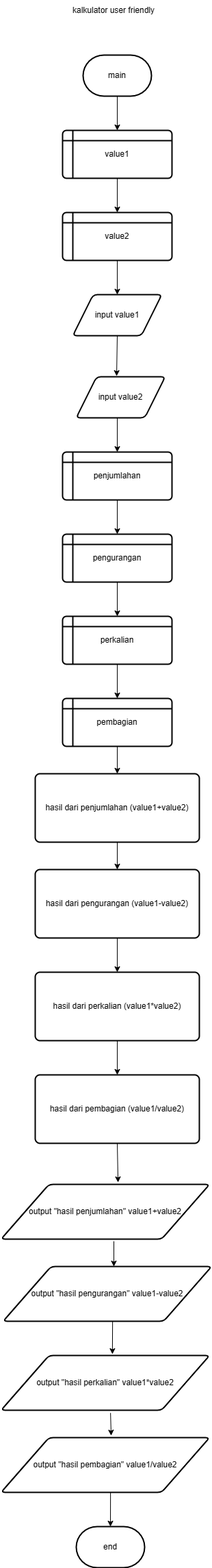
This is 02 Pemasukan dan keluaran/cahyanayla_flowchart_4.drawio.png from Cahyandprt22/DDP-MI-23, a draw.io export, as it was before one commit. Source tidied: cells renumbered, new cells last; positions are measured from the earlier drawing's top-left corner, leaving out a move shared by most shapes.
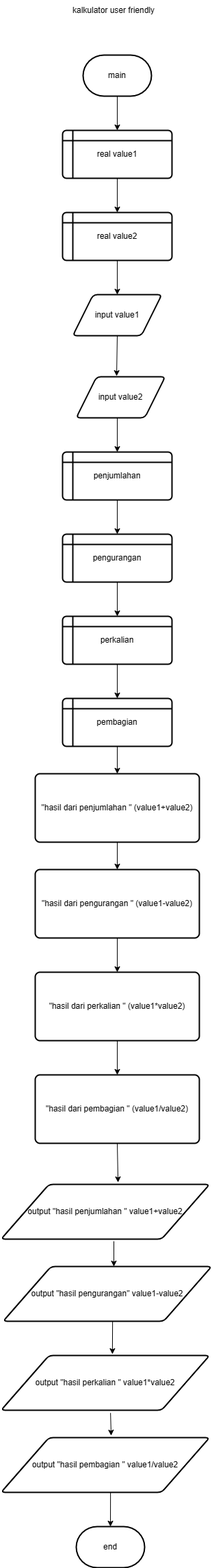
The same file after the commit.

What changed in the source:
```diff
@@ -8,10 +8,10 @@
     <mxCell id="3" value="main" style="strokeWidth=2;html=1;shape=mxgraph.flowchart.terminator;whiteSpace=wrap;" parent="1" vertex="1">
       <mxGeometry x="120" y="80" width="100" height="60" as="geometry" />
     </mxCell>
-    <mxCell id="4" value="value1" style="shape=internalStorage;whiteSpace=wrap;html=1;dx=15;dy=15;rounded=1;arcSize=8;strokeWidth=2;" parent="1" vertex="1">
+    <mxCell id="4" value="real value1" style="shape=internalStorage;whiteSpace=wrap;html=1;dx=15;dy=15;rounded=1;arcSize=8;strokeWidth=2;" parent="1" vertex="1">
       <mxGeometry x="90" y="190" width="160" height="70" as="geometry" />
     </mxCell>
-    <mxCell id="5" value="value2" style="shape=internalStorage;whiteSpace=wrap;html=1;dx=15;dy=15;rounded=1;arcSize=8;strokeWidth=2;" parent="1" vertex="1">
+    <mxCell id="5" value="real value2" style="shape=internalStorage;whiteSpace=wrap;html=1;dx=15;dy=15;rounded=1;arcSize=8;strokeWidth=2;" parent="1" vertex="1">
       <mxGeometry x="90" y="310" width="160" height="70" as="geometry" />
     </mxCell>
     <mxCell id="6" value="input value1" style="shape=parallelogram;html=1;strokeWidth=2;perimeter=parallelogramPerimeter;whiteSpace=wrap;rounded=1;arcSize=12;size=0.23;" parent="1" vertex="1">
@@ -32,28 +32,28 @@
     <mxCell id="11" value="pembagian" style="shape=internalStorage;whiteSpace=wrap;html=1;dx=15;dy=15;rounded=1;arcSize=8;strokeWidth=2;" parent="1" vertex="1">
       <mxGeometry x="90" y="1020" width="160" height="70" as="geometry" />
     </mxCell>
-    <mxCell id="12" value="hasil dari penjumlahan (value1+value2)" style="rounded=1;whiteSpace=wrap;html=1;absoluteArcSize=1;arcSize=14;strokeWidth=2;" parent="1" vertex="1">
+    <mxCell id="12" value="&quot;hasil dari penjumlahan &quot; (value1+value2)" style="rounded=1;whiteSpace=wrap;html=1;absoluteArcSize=1;arcSize=14;strokeWidth=2;" parent="1" vertex="1">
       <mxGeometry x="50" y="1130" width="240" height="100" as="geometry" />
     </mxCell>
-    <mxCell id="13" value="hasil dari pengurangan (value1-value2)" style="rounded=1;whiteSpace=wrap;html=1;absoluteArcSize=1;arcSize=14;strokeWidth=2;" parent="1" vertex="1">
+    <mxCell id="13" value="&quot;hasil dari pengurangan &quot; (value1-value2)" style="rounded=1;whiteSpace=wrap;html=1;absoluteArcSize=1;arcSize=14;strokeWidth=2;" parent="1" vertex="1">
       <mxGeometry x="50" y="1270" width="240" height="100" as="geometry" />
     </mxCell>
-    <mxCell id="14" value="hasil dari perkalian (value1*value2)" style="rounded=1;whiteSpace=wrap;html=1;absoluteArcSize=1;arcSize=14;strokeWidth=2;" parent="1" vertex="1">
+    <mxCell id="14" value="&quot;hasil dari perkalian &quot; (value1*value2)" style="rounded=1;whiteSpace=wrap;html=1;absoluteArcSize=1;arcSize=14;strokeWidth=2;" parent="1" vertex="1">
       <mxGeometry x="50" y="1420" width="240" height="100" as="geometry" />
     </mxCell>
-    <mxCell id="15" value="hasil dari pembagian (value1/value2)" style="rounded=1;whiteSpace=wrap;html=1;absoluteArcSize=1;arcSize=14;strokeWidth=2;" parent="1" vertex="1">
+    <mxCell id="15" value="&quot;hasil dari pembagian &quot; (value1/value2)" style="rounded=1;whiteSpace=wrap;html=1;absoluteArcSize=1;arcSize=14;strokeWidth=2;" parent="1" vertex="1">
       <mxGeometry x="50" y="1570" width="240" height="100" as="geometry" />
     </mxCell>
-    <mxCell id="16" value="output &quot;hasil penjumlahan&quot; value1+value2" style="shape=parallelogram;html=1;strokeWidth=2;perimeter=parallelogramPerimeter;whiteSpace=wrap;rounded=1;arcSize=12;size=0.23;" parent="1" vertex="1">
+    <mxCell id="16" value="output &quot;hasil penjumlahan &quot; value1+value2" style="shape=parallelogram;html=1;strokeWidth=2;perimeter=parallelogramPerimeter;whiteSpace=wrap;rounded=1;arcSize=12;size=0.23;" parent="1" vertex="1">
       <mxGeometry y="1730" width="305" height="80" as="geometry" />
     </mxCell>
     <mxCell id="17" value="output &quot;hasil pengurangan&quot; value1-value2" style="shape=parallelogram;html=1;strokeWidth=2;perimeter=parallelogramPerimeter;whiteSpace=wrap;rounded=1;arcSize=12;size=0.23;" parent="1" vertex="1">
       <mxGeometry x="3" y="1850" width="305" height="80" as="geometry" />
     </mxCell>
-    <mxCell id="18" value="output &quot;hasil perkalian&quot; value1*value2" style="shape=parallelogram;html=1;strokeWidth=2;perimeter=parallelogramPerimeter;whiteSpace=wrap;rounded=1;arcSize=12;size=0.23;" parent="1" vertex="1">
+    <mxCell id="18" value="output &quot;hasil perkalian &quot; value1*value2" style="shape=parallelogram;html=1;strokeWidth=2;perimeter=parallelogramPerimeter;whiteSpace=wrap;rounded=1;arcSize=12;size=0.23;" parent="1" vertex="1">
       <mxGeometry y="1980" width="305" height="80" as="geometry" />
     </mxCell>
-    <mxCell id="19" value="output &quot;hasil pembagian&quot; value1/value2" style="shape=parallelogram;html=1;strokeWidth=2;perimeter=parallelogramPerimeter;whiteSpace=wrap;rounded=1;arcSize=12;size=0.23;" parent="1" vertex="1">
+    <mxCell id="19" value="output &quot;hasil pembagian &quot; value1/value2" style="shape=parallelogram;html=1;strokeWidth=2;perimeter=parallelogramPerimeter;whiteSpace=wrap;rounded=1;arcSize=12;size=0.23;" parent="1" vertex="1">
       <mxGeometry y="2100" width="305" height="80" as="geometry" />
     </mxCell>
     <mxCell id="20" value="end" style="strokeWidth=2;html=1;shape=mxgraph.flowchart.terminator;whiteSpace=wrap;" parent="1" vertex="1">
```
